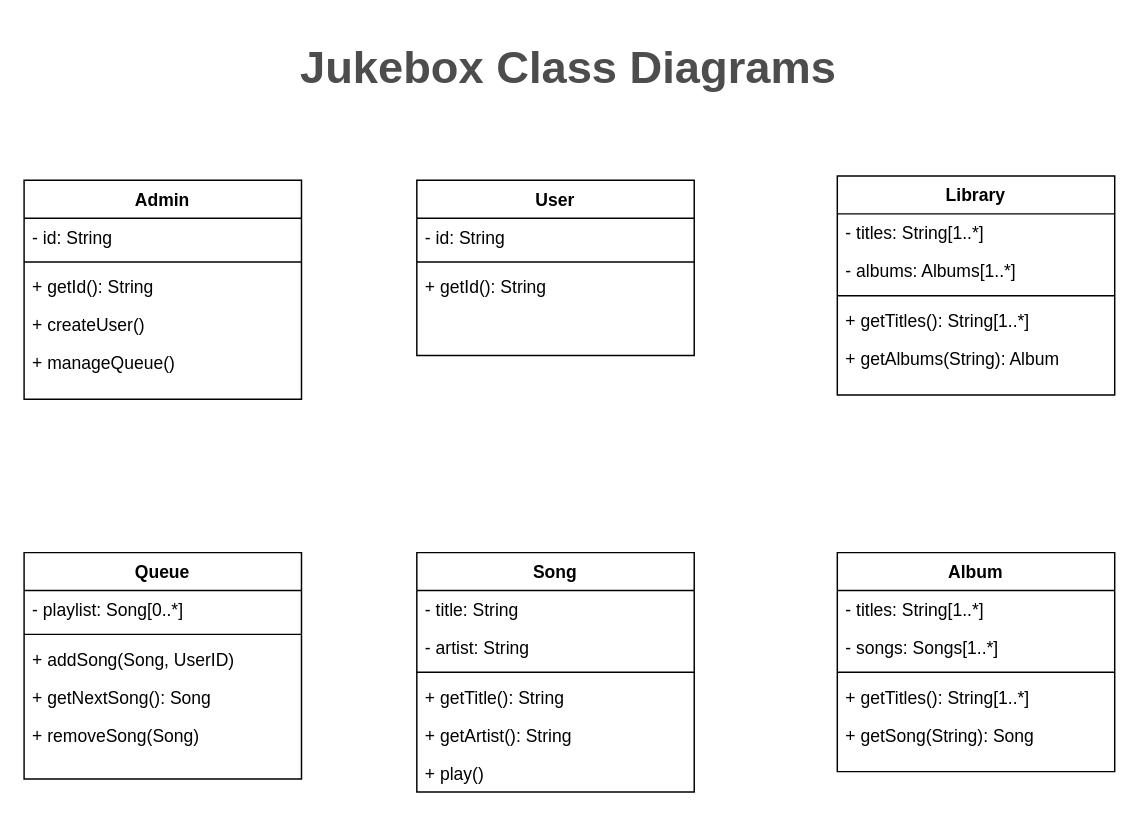
The draw.io diagram assets/class-diagrams.drawio in juanluiscr27/SpaceshipJukebox, before the edit. Source tidied: cells renumbered, new cells numbered last; positions are measured from the earlier drawing's top-left corner, leaving out a move shared by most shapes. Both pictures are drawn from the tidied source at 146%, with x=0, y=0 at pixel (23, 23).
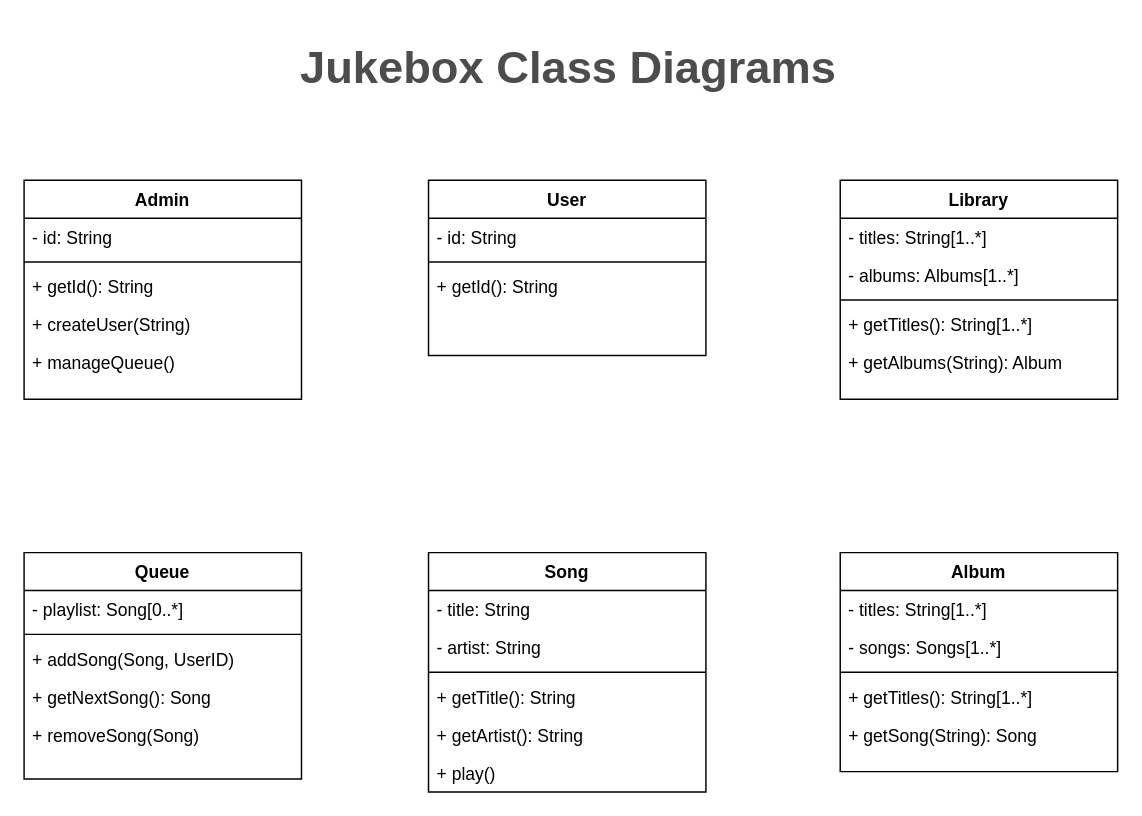
Above is the later version.

Commit message (it also covers changes not shown here):
Jukebox Class Relationships Diagram

Unchanged cells that the change refers to:
```xml
<mxCell id="2" value="Admin" style="swimlane;fontStyle=1;align=center;verticalAlign=top;horizontal=1;startSize=26;rounded=0;shadow=0;strokeWidth=1;" parent="1" vertex="1">
  <mxGeometry y="107" width="190" height="150" as="geometry" />
</mxCell>
```

Diff of the diagram source:
```diff
@@
-    <mxCell id="6" value="+ createUser()" style="text;align=left;verticalAlign=top;spacingLeft=4;spacingRight=4;overflow=hidden;" parent="2" vertex="1">
+    <mxCell id="6" value="+ createUser(String)" style="text;align=left;verticalAlign=top;spacingLeft=4;spacingRight=4;overflow=hidden;" parent="2" vertex="1">
       <mxGeometry y="86" width="190" height="26" as="geometry" />
     </mxCell>
@@
     <mxCell id="14" value="Library" style="swimlane;fontStyle=1;align=center;verticalAlign=top;horizontal=1;startSize=26;rounded=0;shadow=0;strokeWidth=1;" parent="1" vertex="1">
-      <mxGeometry x="557" y="104" width="190" height="150" as="geometry" />
+      <mxGeometry x="559" y="107" width="190" height="150" as="geometry" />
     </mxCell>
@@
     <mxCell id="20" value="User" style="swimlane;fontStyle=1;align=center;verticalAlign=top;horizontal=1;startSize=26;rounded=0;shadow=0;strokeWidth=1;" parent="1" vertex="1">
-      <mxGeometry x="269" y="107" width="190" height="120" as="geometry" />
+      <mxGeometry x="277" y="107" width="190" height="120" as="geometry" />
     </mxCell>
@@
     <mxCell id="24" value="Album" style="swimlane;fontStyle=1;align=center;verticalAlign=top;horizontal=1;startSize=26;rounded=0;shadow=0;strokeWidth=1;" parent="1" vertex="1">
-      <mxGeometry x="557" y="362" width="190" height="150" as="geometry" />
+      <mxGeometry x="559" y="362" width="190" height="150" as="geometry" />
     </mxCell>
@@
     <mxCell id="30" value="Song" style="swimlane;fontStyle=1;align=center;verticalAlign=top;horizontal=1;startSize=26;rounded=0;shadow=0;strokeWidth=1;" parent="1" vertex="1">
-      <mxGeometry x="269" y="362" width="190" height="164" as="geometry" />
+      <mxGeometry x="277" y="362" width="190" height="164" as="geometry" />
     </mxCell>
```
